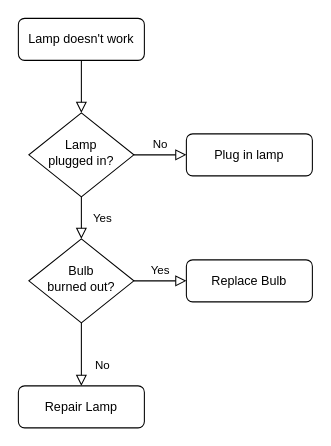
Before: Untitled Diagram.drawio in boy-plus/threeJs, a draw.io diagram. Source tidied: cells renumbered, new cells numbered last; positions are measured from the earlier drawing's top-left corner, leaving out a move shared by most shapes. Both pictures are drawn from the tidied source at 105%, with x=0, y=0 at pixel (18, 18).
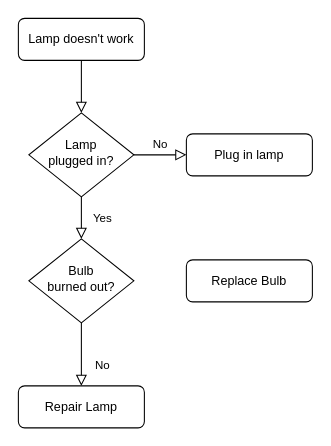
The same diagram, later.

The edit, as a diff of the source:
```diff
@@
 <mxGraphModel>
   <root>
     <mxCell id="0" />
     <mxCell id="1" parent="0" />
     <mxCell id="2" style="rounded=0;html=1;jettySize=auto;fontSize=11;endArrow=block;endFill=0;endSize=8;strokeWidth=1;shadow=0;labelBackgroundColor=none;edgeStyle=orthogonalEdgeStyle;" parent="1" edge="1" source="3" target="6">
       <mxGeometry relative="1" as="geometry" />
     </mxCell>
     <mxCell id="3" value="Lamp doesn't work" style="rounded=1;whiteSpace=wrap;html=1;fontSize=12;glass=0;strokeWidth=1;shadow=0;" parent="1" vertex="1">
       <mxGeometry width="120" height="40" as="geometry" />
     </mxCell>
     <mxCell id="4" value="Yes" style="rounded=0;html=1;jettySize=auto;fontSize=11;endArrow=block;endFill=0;endSize=8;strokeWidth=1;shadow=0;labelBackgroundColor=none;edgeStyle=orthogonalEdgeStyle;" parent="1" edge="1" source="6" target="10">
       <mxGeometry y="20" relative="1" as="geometry" />
     </mxCell>
     <mxCell id="5" value="No" style="edgeStyle=orthogonalEdgeStyle;rounded=0;html=1;jettySize=auto;fontSize=11;endArrow=block;endFill=0;endSize=8;strokeWidth=1;shadow=0;labelBackgroundColor=none;" parent="1" edge="1" source="6" target="7">
       <mxGeometry y="10" relative="1" as="geometry" />
     </mxCell>
     <mxCell id="6" value="Lamp&lt;br&gt;plugged in?" style="rhombus;whiteSpace=wrap;html=1;shadow=0;fontFamily=Helvetica;fontSize=12;align=center;strokeWidth=1;spacing=6;spacingTop=-4;" parent="1" vertex="1">
       <mxGeometry x="10" y="90" width="100" height="80" as="geometry" />
     </mxCell>
     <mxCell id="7" value="Plug in lamp" style="rounded=1;whiteSpace=wrap;html=1;fontSize=12;glass=0;strokeWidth=1;shadow=0;" parent="1" vertex="1">
       <mxGeometry x="160" y="110" width="120" height="40" as="geometry" />
     </mxCell>
     <mxCell id="8" value="No" style="rounded=0;html=1;jettySize=auto;fontSize=11;endArrow=block;endFill=0;endSize=8;strokeWidth=1;shadow=0;labelBackgroundColor=none;edgeStyle=orthogonalEdgeStyle;" parent="1" edge="1" source="10" target="11">
       <mxGeometry x="0.33" y="20" relative="1" as="geometry" />
     </mxCell>
-    <mxCell id="9" value="Yes" style="edgeStyle=orthogonalEdgeStyle;rounded=0;html=1;jettySize=auto;fontSize=11;endArrow=block;endFill=0;endSize=8;strokeWidth=1;shadow=0;labelBackgroundColor=none;" parent="1" edge="1" source="10" target="12">
+    <mxCell id="9" value="Yes" style="edgeStyle=orthogonalEdgeStyle;rounded=0;html=1;jettySize=auto;fontSize=11;endArrow=block;endFill=0;endSize=8;strokeWidth=1;shadow=0;labelBackgroundColor=none;" parent="1" edge="1" source="10">
       <mxGeometry y="10" relative="1" as="geometry" />
     </mxCell>
     <mxCell id="10" value="Bulb&lt;br&gt;burned out?" style="rhombus;whiteSpace=wrap;html=1;shadow=0;fontFamily=Helvetica;fontSize=12;align=center;strokeWidth=1;spacing=6;spacingTop=-4;" parent="1" vertex="1">
       <mxGeometry x="10" y="210" width="100" height="80" as="geometry" />
     </mxCell>
     <mxCell id="11" value="Repair Lamp" style="rounded=1;whiteSpace=wrap;html=1;fontSize=12;glass=0;strokeWidth=1;shadow=0;" parent="1" vertex="1">
       <mxGeometry y="350" width="120" height="40" as="geometry" />
     </mxCell>
     <mxCell id="12" value="Replace Bulb" style="rounded=1;whiteSpace=wrap;html=1;fontSize=12;glass=0;strokeWidth=1;shadow=0;" parent="1" vertex="1">
       <mxGeometry x="160" y="230" width="120" height="40" as="geometry" />
     </mxCell>
   </root>
 </mxGraphModel>
```
